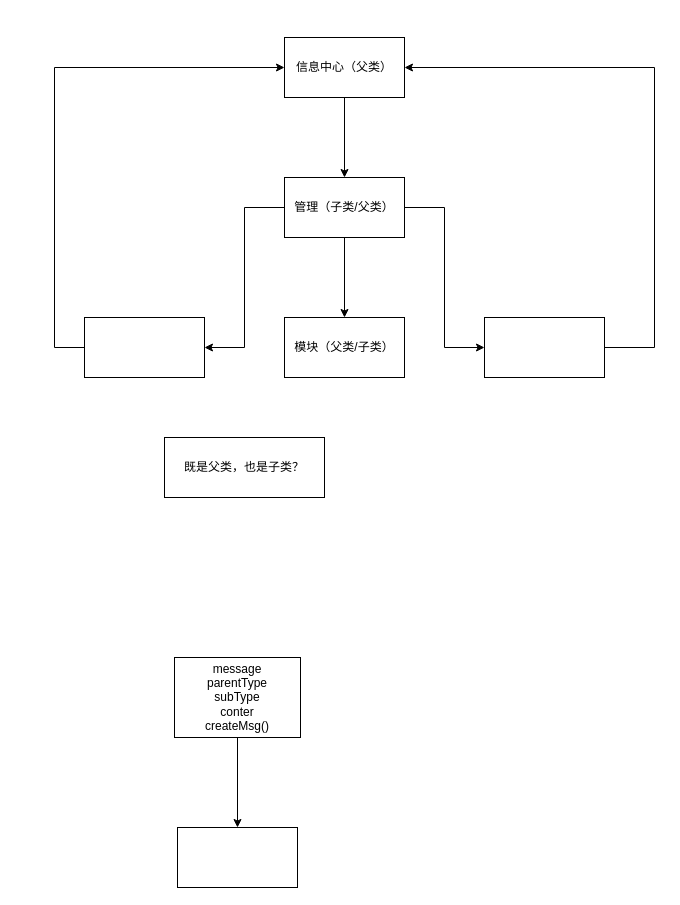
Earlier version of the draw.io diagram page "消息框架" (3 of 3) of Untitled Diagram.drawio (605682883/flowPhoto). Source tidied: cells renumbered, new cells numbered last; positions are measured from the earlier drawing's top-left corner, leaving out a move shared by most shapes. Both pictures are drawn from the tidied source at 100%, with x=0, y=0 at pixel (54, 37).
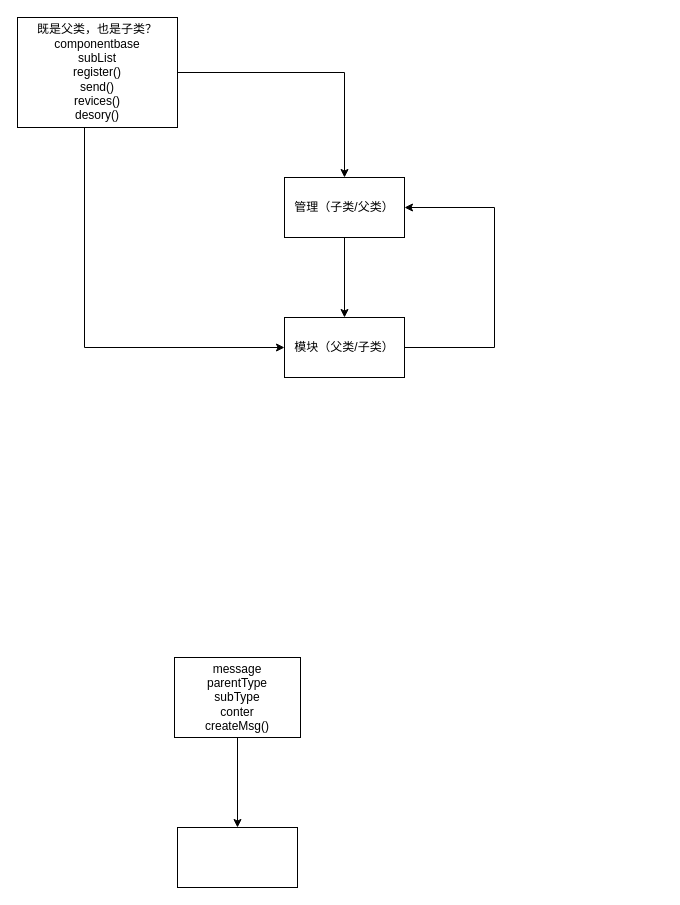
After the change.

Unchanged cells that the change refers to:
```xml
<mxCell id="5" value="模块（父类/子类）" style="rounded=0;whiteSpace=wrap;html=1;" parent="1" vertex="1">
  <mxGeometry x="230" y="280" width="120" height="60" as="geometry" />
</mxCell>
<mxCell id="9" value="管理（子类/父类）" style="whiteSpace=wrap;html=1;rounded=0;" parent="1" vertex="1">
  <mxGeometry x="230" y="140" width="120" height="60" as="geometry" />
</mxCell>
```

Change to the diagram source:
```diff
@@
-    <mxCell id="7" style="edgeStyle=orthogonalEdgeStyle;rounded=0;jettySize=auto;html=1;entryX=1;entryY=0.5;entryDx=0;entryDy=0;" parent="1" edge="1" source="9" target="13">
-      <mxGeometry relative="1" as="geometry" />
-    </mxCell>
-    <mxCell id="8" style="edgeStyle=orthogonalEdgeStyle;rounded=0;jettySize=auto;html=1;entryX=0;entryY=0.5;entryDx=0;entryDy=0;" parent="1" edge="1" source="9" target="15">
-      <mxGeometry relative="1" as="geometry" />
-    </mxCell>
@@
-    <mxCell id="10" style="edgeStyle=orthogonalEdgeStyle;rounded=0;jettySize=auto;html=1;" parent="1" edge="1" source="11" target="9">
-      <mxGeometry relative="1" as="geometry" />
-    </mxCell>
-    <mxCell id="11" value="信息中心（父类）" style="whiteSpace=wrap;html=1;rounded=0;" parent="1" vertex="1">
-      <mxGeometry x="230" width="120" height="60" as="geometry" />
-    </mxCell>
-    <mxCell id="12" style="edgeStyle=orthogonalEdgeStyle;rounded=0;jettySize=auto;html=1;entryX=0;entryY=0.5;entryDx=0;entryDy=0;" parent="1" edge="1" source="13" target="11">
-      <mxGeometry relative="1" as="geometry">
-        <Array as="points">
-          <mxPoint y="310" />
-          <mxPoint y="30" />
-        </Array>
-      </mxGeometry>
-    </mxCell>
-    <mxCell id="13" style="rounded=0;whiteSpace=wrap;html=1;" parent="1" vertex="1">
-      <mxGeometry x="30" y="280" width="120" height="60" as="geometry" />
-    </mxCell>
-    <mxCell id="14" style="edgeStyle=orthogonalEdgeStyle;rounded=0;jettySize=auto;html=1;entryX=1;entryY=0.5;entryDx=0;entryDy=0;" parent="1" edge="1" source="15" target="11">
+    <mxCell id="14" style="edgeStyle=orthogonalEdgeStyle;rounded=0;jettySize=auto;html=1;entryX=1;entryY=0.5;entryDx=0;entryDy=0;exitX=1;exitY=0.5;exitDx=0;exitDy=0;" parent="1" edge="1" source="5" target="9">
       <mxGeometry relative="1" as="geometry">
         <Array as="points">
-          <mxPoint x="600" y="310" />
-          <mxPoint x="600" y="30" />
+          <mxPoint x="440" y="310" />
+          <mxPoint x="440" y="170" />
         </Array>
       </mxGeometry>
     </mxCell>
-    <mxCell id="15" style="rounded=0;whiteSpace=wrap;html=1;" parent="1" vertex="1">
-      <mxGeometry x="430" y="280" width="120" height="60" as="geometry" />
-    </mxCell>
+    <mxCell id="17" style="edgeStyle=orthogonalEdgeStyle;rounded=0;jettySize=auto;html=1;" parent="1" edge="1" source="16" target="9">
+      <mxGeometry relative="1" as="geometry" />
+    </mxCell>
+    <mxCell id="18" style="edgeStyle=orthogonalEdgeStyle;rounded=0;jettySize=auto;html=1;" parent="1" edge="1" source="16" target="5">
+      <mxGeometry relative="1" as="geometry">
+        <Array as="points">
+          <mxPoint x="30" y="310" />
+        </Array>
+      </mxGeometry>
+    </mxCell>
-    <mxCell id="16" value="既是父类，也是子类？" style="rounded=0;whiteSpace=wrap;html=1;" parent="1" vertex="1">
-      <mxGeometry x="110" y="400" width="160" height="60" as="geometry" />
+    <mxCell id="16" value="既是父类，也是子类？&lt;br&gt;componentbase&lt;br&gt;subList&lt;br&gt;register()&lt;br&gt;send()&lt;br&gt;revices()&lt;br&gt;desory()" style="rounded=0;whiteSpace=wrap;html=1;" parent="1" vertex="1">
+      <mxGeometry x="-37" y="-20" width="160" height="110" as="geometry" />
     </mxCell>
```
